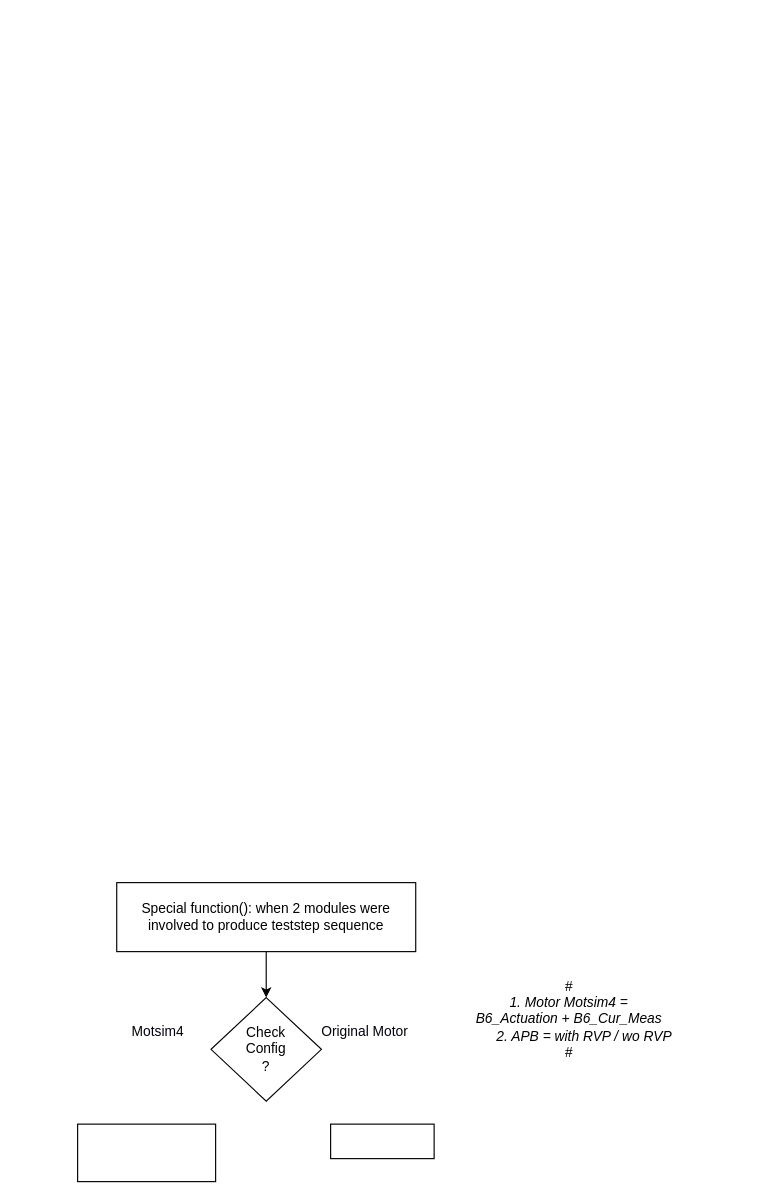
Above: page "Page-2" (2 of 2) of Untitled Diagram.drawio in Manideep22/STT (draw.io), before the change. Source tidied: cells renumbered, new cells numbered last; positions are measured from the earlier drawing's top-left corner, leaving out a move shared by most shapes. Both pictures are drawn from the tidied source at 115%, with x=0, y=0 at pixel (77, 882).
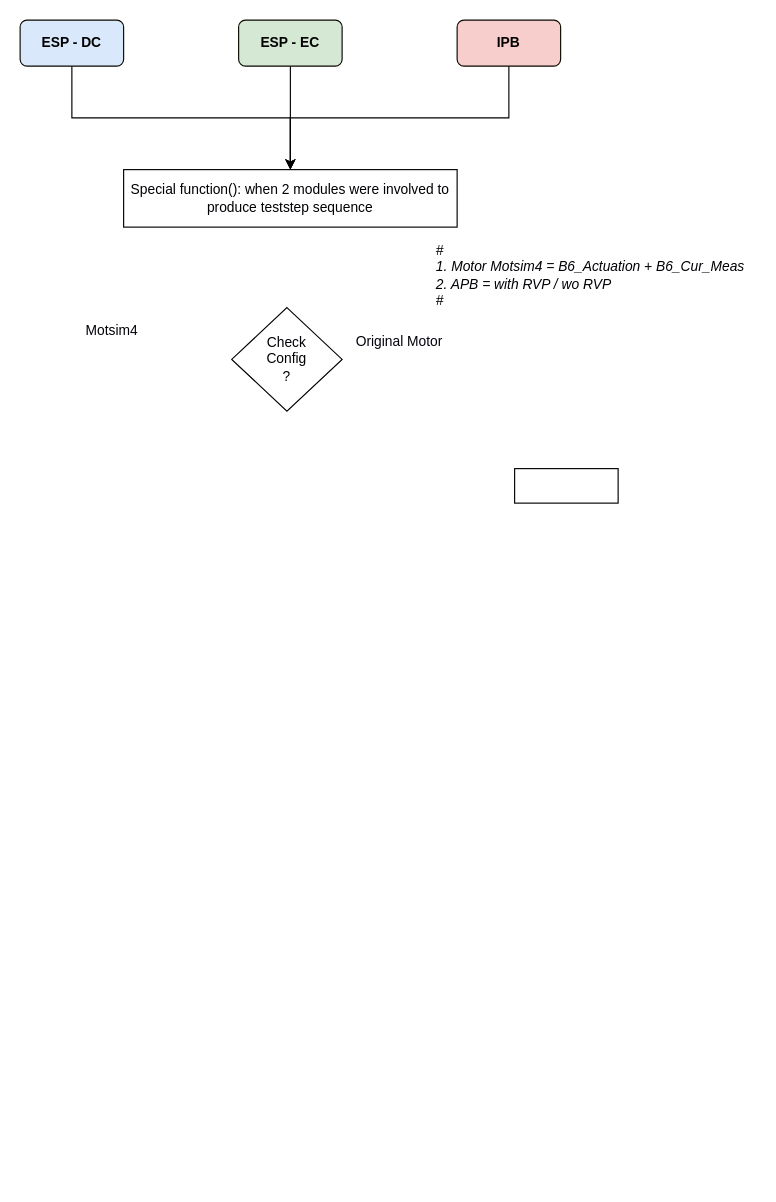
After the change.

Change to the diagram source:
```diff
@@
 <mxGraphModel>
   <root>
     <mxCell id="0" />
     <mxCell id="1" parent="0" />
-    <mxCell id="2" style="edgeStyle=orthogonalEdgeStyle;rounded=0;jettySize=auto;html=1;exitX=0.5;exitY=1;exitDx=0;exitDy=0;entryX=0.5;entryY=0;entryDx=0;entryDy=0;fontColor=#000005;" parent="1" edge="1" source="3" target="6">
-      <mxGeometry relative="1" as="geometry" />
-    </mxCell>
     <mxCell id="3" value="&lt;div&gt;&lt;br&gt;&lt;/div&gt;&lt;div&gt;Special function(): when 2 modules were involved to produce teststep sequence &lt;/div&gt;&lt;div&gt;&lt;br&gt;&lt;/div&gt;" style="rounded=0;whiteSpace=wrap;html=1;fontColor=#000005;" parent="1" vertex="1">
-      <mxGeometry x="34" width="260" height="60" as="geometry" />
+      <mxGeometry x="40" y="-620" width="290" height="50" as="geometry" />
     </mxCell>
-    <mxCell id="4" value="&lt;div&gt;# &lt;br&gt;&lt;/div&gt;&lt;div&gt;1. Motor Motsim4 = &lt;br&gt;&lt;/div&gt;&lt;div&gt;B6_Actuation + B6_Cur_Meas&lt;/div&gt;&lt;div&gt;&amp;nbsp;&amp;nbsp;&amp;nbsp;&amp;nbsp;&amp;nbsp;&amp;nbsp;&amp;nbsp; 2. APB = with RVP / wo RVP&lt;/div&gt;&lt;div&gt; #&lt;/div&gt;" style="text;html=1;strokeColor=none;fillColor=none;align=center;verticalAlign=middle;whiteSpace=wrap;rounded=0;fontColor=#000005;fontStyle=2;" parent="1" vertex="1">
-      <mxGeometry x="310" y="70" width="235" height="97" as="geometry" />
+    <mxCell id="4" value="&lt;div align=&quot;left&quot;&gt;# &lt;br&gt;&lt;/div&gt;&lt;div align=&quot;left&quot;&gt;1. Motor Motsim4 = B6_Actuation + B6_Cur_Meas&lt;/div&gt;&lt;div align=&quot;left&quot;&gt;2. APB = with RVP / wo RVP&lt;/div&gt;&lt;div align=&quot;left&quot;&gt; #&lt;/div&gt;" style="text;html=1;strokeColor=none;fillColor=none;align=left;verticalAlign=middle;whiteSpace=wrap;rounded=0;fontColor=#000005;fontStyle=2;" parent="1" vertex="1">
+      <mxGeometry x="310" y="-577" width="280" height="97" as="geometry" />
     </mxCell>
-    <mxCell id="5" style="rounded=0;whiteSpace=wrap;html=1;fontColor=#000005;" parent="1" vertex="1">
-      <mxGeometry y="210" width="120" height="50" as="geometry" />
-    </mxCell>
     <mxCell id="6" value="&lt;div&gt;Check &lt;br&gt;&lt;/div&gt;&lt;div&gt;Config&lt;/div&gt;&lt;div&gt;?&lt;br&gt;&lt;/div&gt;" style="rhombus;whiteSpace=wrap;html=1;fontColor=#000005;" parent="1" vertex="1">
-      <mxGeometry x="116" y="100" width="96" height="90" as="geometry" />
+      <mxGeometry x="134" y="-500" width="96" height="90" as="geometry" />
     </mxCell>
     <mxCell id="7" style="rounded=0;whiteSpace=wrap;html=1;fontColor=#000005;" parent="1" vertex="1">
-      <mxGeometry x="220" y="210" width="90" height="30" as="geometry" />
+      <mxGeometry x="380" y="-360" width="90" height="30" as="geometry" />
     </mxCell>
     <mxCell id="8" value="&lt;font color=&quot;#03030D&quot;&gt;Original Motor&lt;/font&gt;" style="text;html=1;strokeColor=none;fillColor=none;align=center;verticalAlign=middle;whiteSpace=wrap;overflow=hidden;labelBackgroundColor=none;fontColor=#3333FF;" parent="1" vertex="1">
-      <mxGeometry x="210" y="120" width="80" height="20" as="geometry" />
+      <mxGeometry x="240" y="-480" width="80" height="20" as="geometry" />
     </mxCell>
     <mxCell id="9" value="&lt;font color=&quot;#02020A&quot;&gt;Motsim4&lt;/font&gt;" style="text;html=1;strokeColor=none;fillColor=none;align=center;verticalAlign=middle;whiteSpace=wrap;overflow=hidden;labelBackgroundColor=none;fontColor=#3333FF;" parent="1" vertex="1">
-      <mxGeometry x="30" y="120" width="80" height="20" as="geometry" />
+      <mxGeometry x="-10" y="-490" width="80" height="20" as="geometry" />
     </mxCell>
+    <mxCell id="10" style="edgeStyle=orthogonalEdgeStyle;rounded=0;jettySize=auto;html=1;exitX=0.5;exitY=1;exitDx=0;exitDy=0;" parent="1" edge="1" source="11" target="3">
+      <mxGeometry relative="1" as="geometry" />
+    </mxCell>
+    <mxCell id="11" value="&lt;b&gt;ESP - DC&lt;/b&gt;" style="rounded=1;whiteSpace=wrap;html=1;labelBackgroundColor=none;fillColor=#dae8fc;strokeColor=#0A0900;" parent="1" vertex="1">
+      <mxGeometry x="-50" y="-750" width="90" height="40" as="geometry" />
+    </mxCell>
+    <mxCell id="12" style="edgeStyle=orthogonalEdgeStyle;rounded=0;jettySize=auto;html=1;exitX=0.5;exitY=1;exitDx=0;exitDy=0;entryX=0.5;entryY=0;entryDx=0;entryDy=0;" parent="1" edge="1" source="13" target="3">
+      <mxGeometry relative="1" as="geometry" />
+    </mxCell>
+    <mxCell id="13" value="&lt;b&gt;ESP - EC&lt;/b&gt;" style="rounded=1;whiteSpace=wrap;html=1;fillColor=#d5e8d4;strokeColor=#0A0900;" parent="1" vertex="1">
+      <mxGeometry x="140" y="-750" width="90" height="40" as="geometry" />
+    </mxCell>
+    <mxCell id="14" style="edgeStyle=orthogonalEdgeStyle;rounded=0;jettySize=auto;html=1;exitX=0.5;exitY=1;exitDx=0;exitDy=0;entryX=0.5;entryY=0;entryDx=0;entryDy=0;" parent="1" edge="1" source="15" target="3">
+      <mxGeometry relative="1" as="geometry" />
+    </mxCell>
+    <mxCell id="15" value="&lt;b&gt;IPB&lt;/b&gt;" style="rounded=1;whiteSpace=wrap;html=1;fillColor=#f8cecc;strokeColor=#0A0900;" parent="1" vertex="1">
+      <mxGeometry x="330" y="-750" width="90" height="40" as="geometry" />
+    </mxCell>
   </root>
 </mxGraphModel>
```
